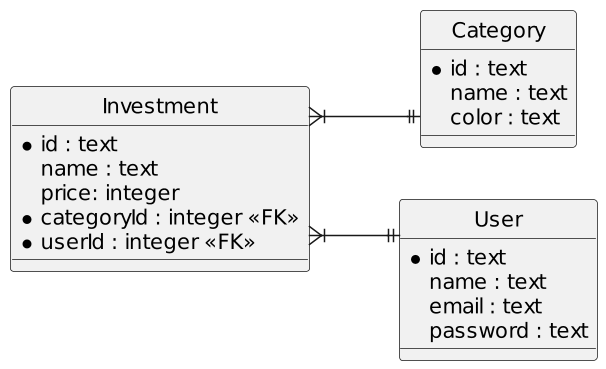
Earlier version of the PlantUML export public/imgs/expressjs/prismajs-user/database.png (ifpb/lp2).
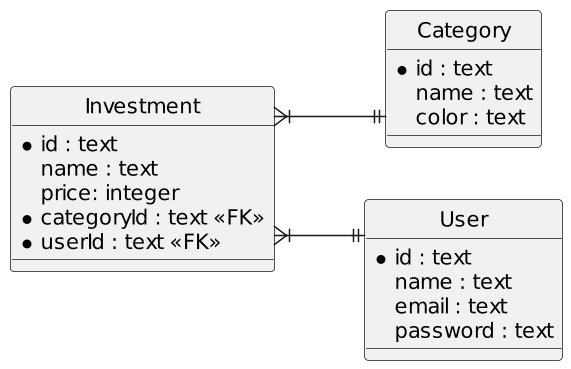
The same file after the commit.

Diff of the diagram source:
```diff
@@ -9,8 +9,8 @@
   *id : text
   name : text
   price: integer
-  *categoryId : integer <<FK>>
-  *userId : integer <<FK>>
+  *categoryId : text <<FK>>
+  *userId : text <<FK>>
 }
 
 entity "Category" as category {
```
